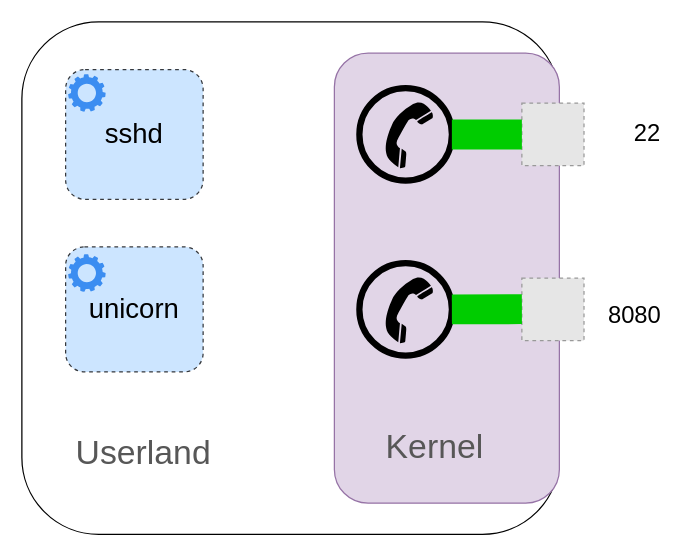
Earlier version of the draw.io diagram page "Socket3" (4 of 8) of presentations/assets/Unicorn-RoR.drawio (psaghelyi/web_test). Source tidied: cells renumbered, new cells numbered last; positions are measured from the earlier drawing's top-left corner, leaving out a move shared by most shapes. Both pictures are drawn from the tidied source at 125%, with x=0, y=0 at pixel (21, 21). Pictures stored in the file or linked from it are replaced by grey dashed boxes.
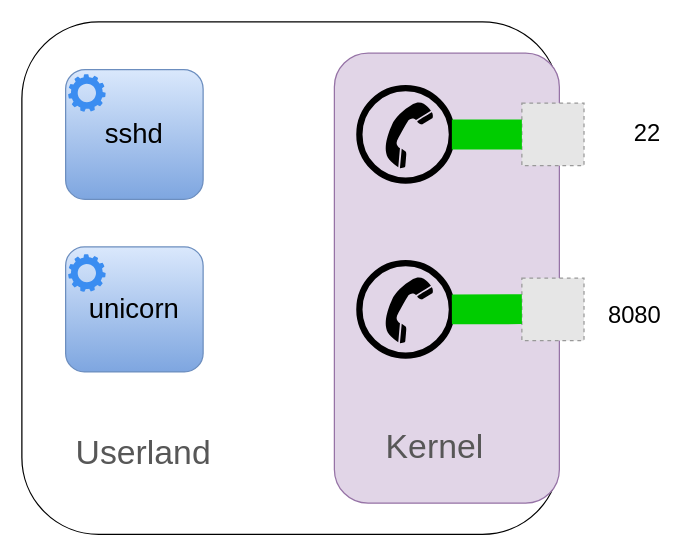
After the change.

The edit, as a diff of the source:
```diff
@@
-    <mxCell id="13" value="unicorn" style="rounded=1;whiteSpace=wrap;html=1;dashed=1;fontSize=22;strokeColor=#36393d;strokeWidth=1;fillColor=#cce5ff;" parent="1" vertex="1">
+    <mxCell id="13" value="unicorn" style="rounded=1;whiteSpace=wrap;html=1;fontSize=22;strokeColor=#6c8ebf;strokeWidth=1;fillColor=#dae8fc;gradientColor=#7ea6e0;" parent="1" vertex="1">
       <mxGeometry x="35" y="180" width="110" height="100" as="geometry" />
     </mxCell>
@@
-    <mxCell id="16" value="sshd" style="rounded=1;whiteSpace=wrap;html=1;dashed=1;fontSize=22;strokeColor=#36393d;strokeWidth=1;fillColor=#cce5ff;" parent="1" vertex="1">
+    <mxCell id="16" value="sshd" style="rounded=1;whiteSpace=wrap;html=1;fontSize=22;strokeColor=#6c8ebf;strokeWidth=1;fillColor=#dae8fc;gradientColor=#7ea6e0;" parent="1" vertex="1">
       <mxGeometry x="35" y="38.1" width="110" height="103.9" as="geometry" />
     </mxCell>
```
